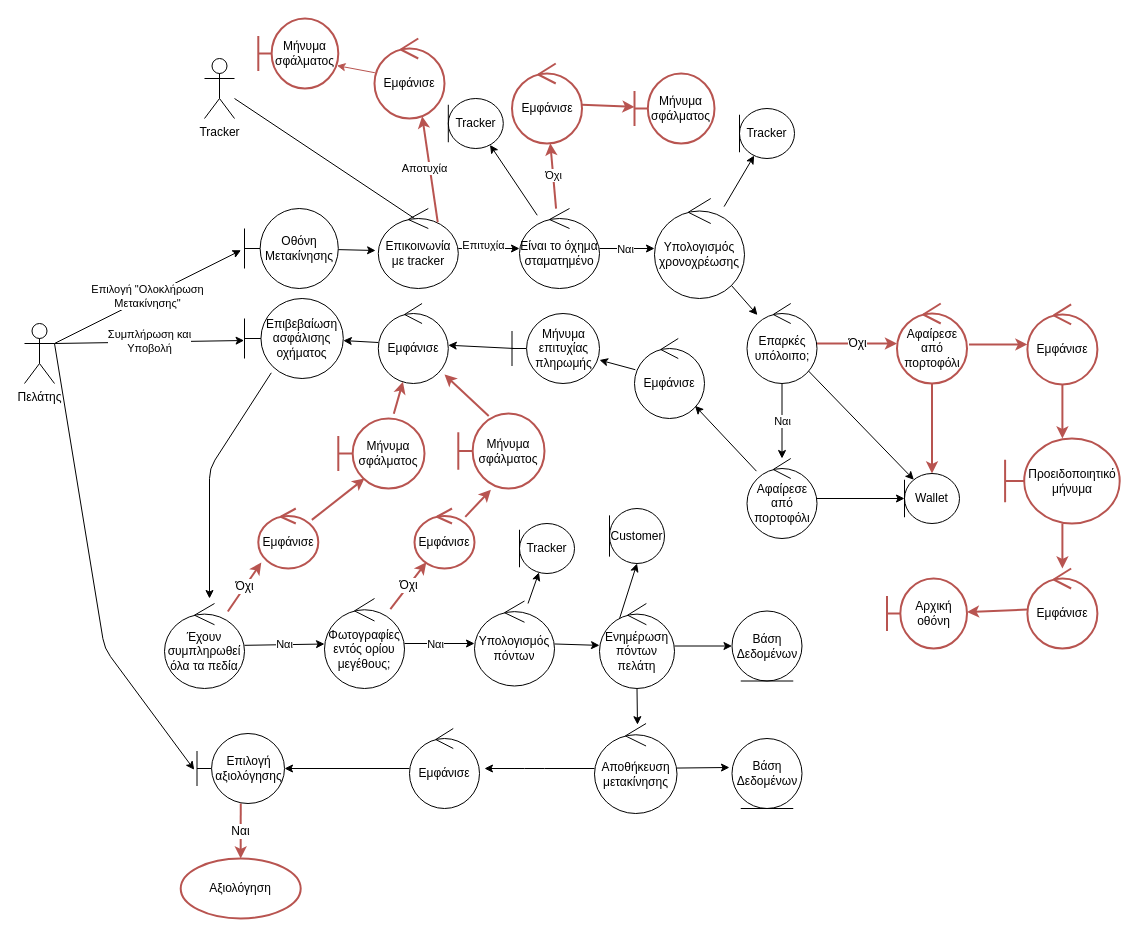
Before: Part_2/Robustness/diagrams/03_Ολοκλήρωση_Μετακίνησης.drawio in Nikolis2002/texnoligia_logismikou, a draw.io diagram. Source tidied: cells renumbered, new cells numbered last; positions are measured from the earlier drawing's top-left corner, leaving out a move shared by most shapes. Both pictures are drawn from the tidied source at 100%, with x=0, y=0 at pixel (24, 18).
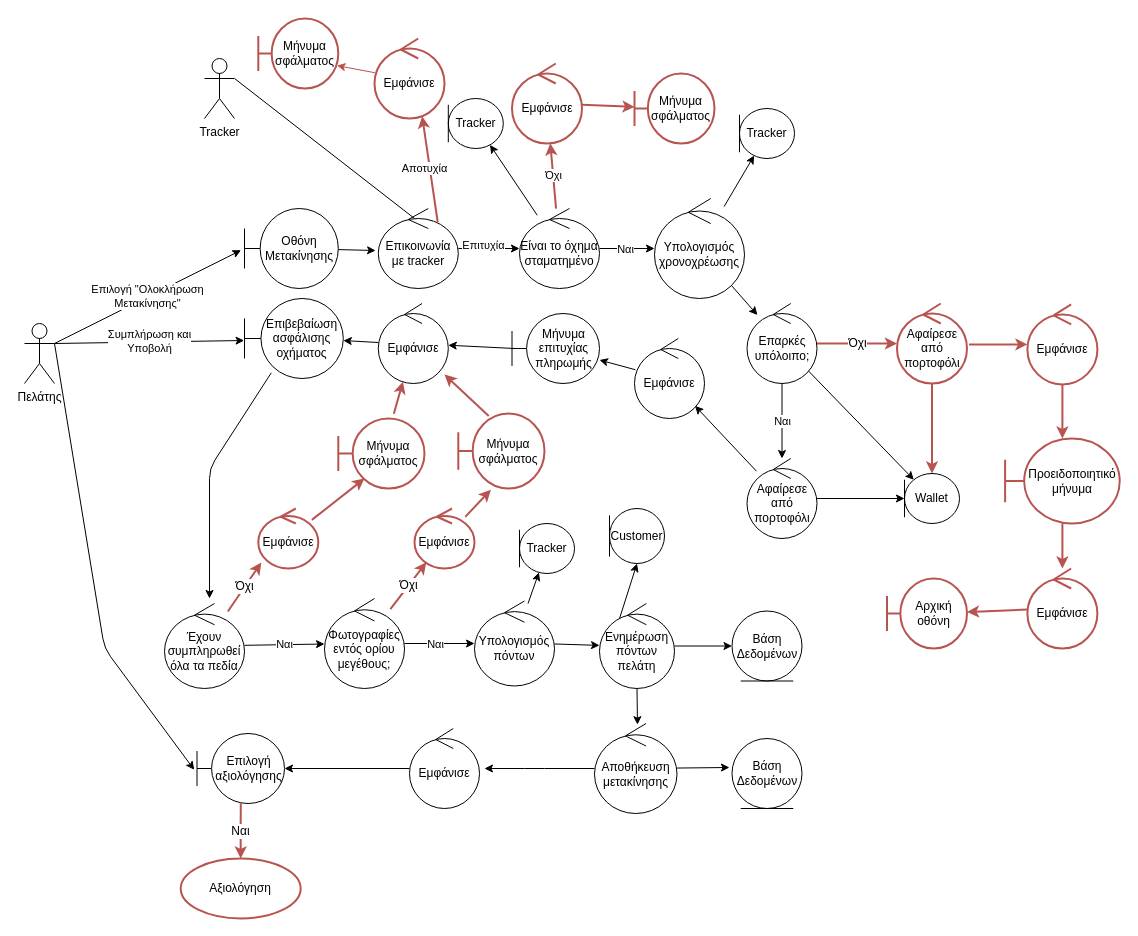
After the change.

The change refers to these unchanged cells:
```xml
<mxCell id="10" value="Επικοινωνία με tracker" style="ellipse;shape=umlControl;whiteSpace=wrap;html=1;" parent="1" vertex="1">
  <mxGeometry x="353.8" y="190" width="80" height="80" as="geometry" />
</mxCell>
<mxCell id="12" value="Tracker" style="shape=umlActor;verticalLabelPosition=bottom;verticalAlign=top;html=1;" parent="1" vertex="1">
  <mxGeometry x="180" y="40" width="30" height="60" as="geometry" />
</mxCell>
```

Diff of the diagram source:
```diff
@@
-    <mxCell id="11" style="edgeStyle=none;html=1;entryX=0.453;entryY=0.125;entryDx=0;entryDy=0;entryPerimeter=0;endArrow=none;endFill=0;" parent="1" edge="1" source="12" target="10">
+    <mxCell id="11" style="edgeStyle=none;html=1;entryX=0.453;entryY=0.125;entryDx=0;entryDy=0;entryPerimeter=0;endArrow=none;endFill=0;exitX=1;exitY=0.3333333333333333;exitDx=0;exitDy=0;exitPerimeter=0;" parent="1" edge="1" source="12" target="10">
       <mxGeometry relative="1" as="geometry" />
     </mxCell>
```
